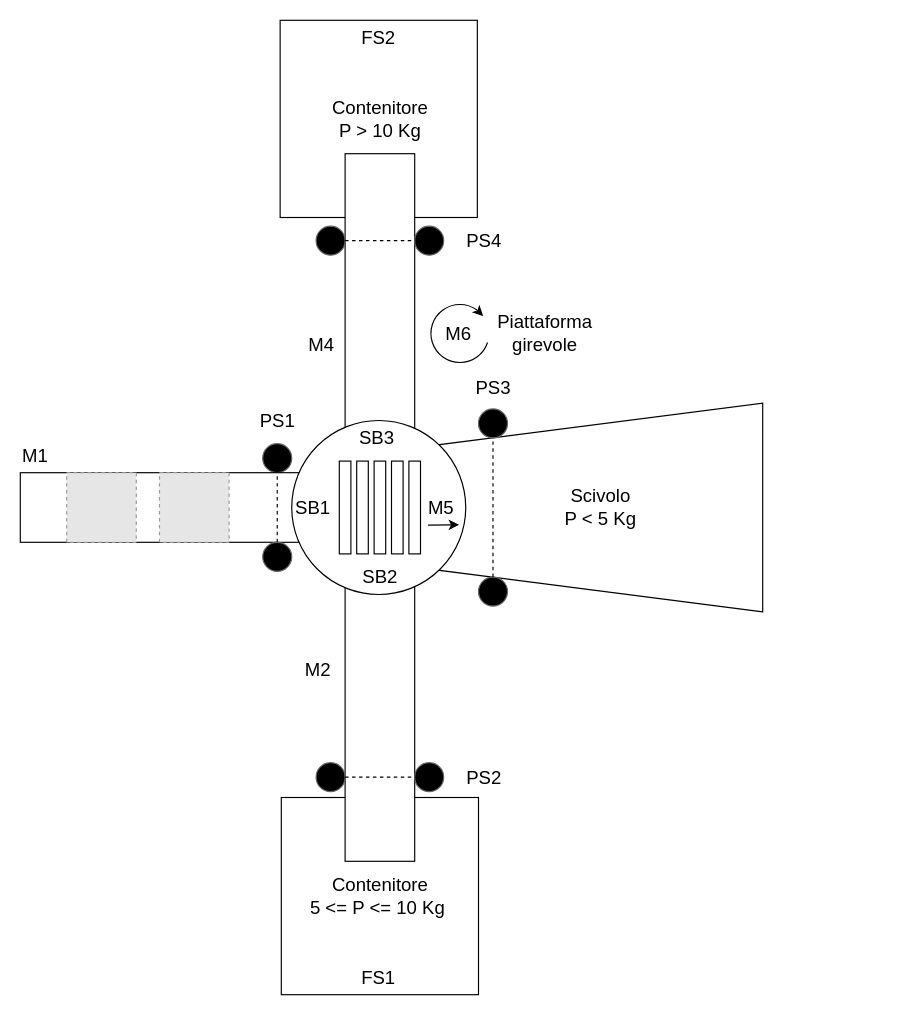
Above: docs/sistemi-5/diagrammi/esame2018_schema.drawio in flavio20002/materiale-didattico (draw.io), before the change. Source tidied: cells renumbered, new cells numbered last; positions are measured from the earlier drawing's top-left corner, leaving out a move shared by most shapes. Both pictures are drawn from the tidied source at 116%, with x=0, y=0 at pixel (20, 20). Pictures stored in the file or linked from it are replaced by grey dashed boxes.
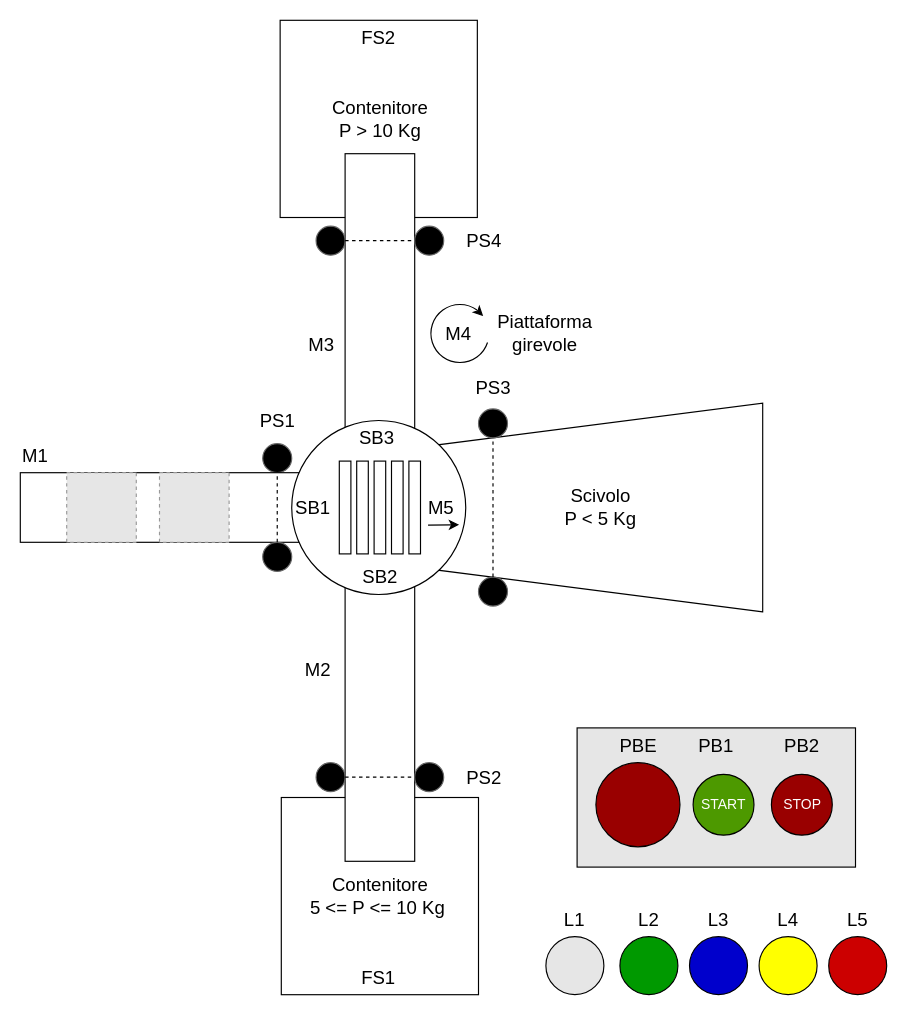
The same diagram, later.

The edit, as a diff of the source:
```diff
@@
-    <mxCell id="40" value="&lt;span style=&quot;font-size: 16px;&quot;&gt;M4&lt;/span&gt;" style="text;html=1;align=right;verticalAlign=middle;whiteSpace=wrap;rounded=0;fontSize=16;" parent="1" vertex="1">
+    <mxCell id="40" value="&lt;span style=&quot;font-size: 16px;&quot;&gt;M3&lt;/span&gt;" style="text;html=1;align=right;verticalAlign=middle;whiteSpace=wrap;rounded=0;fontSize=16;" parent="1" vertex="1">
       <mxGeometry x="212.5" y="265" width="60" height="30" as="geometry" />
     </mxCell>
@@
-    <mxCell id="43" value="&lt;span style=&quot;font-size: 16px;&quot;&gt;M6&lt;/span&gt;" style="text;html=1;align=center;verticalAlign=middle;whiteSpace=wrap;rounded=0;fontSize=16;" parent="1" vertex="1">
+    <mxCell id="43" value="&lt;span style=&quot;font-size: 16px;&quot;&gt;M4&lt;/span&gt;" style="text;html=1;align=center;verticalAlign=middle;whiteSpace=wrap;rounded=0;fontSize=16;" parent="1" vertex="1">
       <mxGeometry x="347.5" y="255" width="60" height="30" as="geometry" />
     </mxCell>
@@
+    <mxCell id="49" style="rounded=0;whiteSpace=wrap;html=1;fillColor=#E6E6E6;" parent="1" vertex="1">
+      <mxGeometry x="480" y="610" width="240" height="120" as="geometry" />
+    </mxCell>
+    <mxCell id="50" style="ellipse;whiteSpace=wrap;html=1;fillColor=#990000;" parent="1" vertex="1">
+      <mxGeometry x="496.2" y="640" width="72.5" height="72.5" as="geometry" />
+    </mxCell>
+    <mxCell id="51" value="&lt;span style=&quot;font-size: 16px;&quot;&gt;PBE&lt;/span&gt;" style="text;html=1;align=center;verticalAlign=middle;whiteSpace=wrap;rounded=0;fontSize=16;" parent="1" vertex="1">
+      <mxGeometry x="502.5" y="610" width="60" height="30" as="geometry" />
+    </mxCell>
+    <mxCell id="52" value="&lt;font color=&quot;#ffffff&quot;&gt;START&lt;/font&gt;" style="ellipse;whiteSpace=wrap;html=1;fillColor=#4D9900;" parent="1" vertex="1">
+      <mxGeometry x="580" y="650" width="52.5" height="52.5" as="geometry" />
+    </mxCell>
+    <mxCell id="53" value="&lt;span style=&quot;font-size: 16px;&quot;&gt;PB1&lt;/span&gt;" style="text;html=1;align=center;verticalAlign=middle;whiteSpace=wrap;rounded=0;fontSize=16;" parent="1" vertex="1">
+      <mxGeometry x="570" y="610" width="60" height="30" as="geometry" />
+    </mxCell>
+    <mxCell id="54" value="&lt;span style=&quot;font-size: 16px;&quot;&gt;PB2&lt;/span&gt;" style="text;html=1;align=center;verticalAlign=middle;whiteSpace=wrap;rounded=0;fontSize=16;" parent="1" vertex="1">
+      <mxGeometry x="643.8" y="610" width="60" height="30" as="geometry" />
+    </mxCell>
+    <mxCell id="55" value="&lt;font color=&quot;#ffffff&quot;&gt;STOP&lt;/font&gt;" style="ellipse;whiteSpace=wrap;html=1;fillColor=#990000;" parent="1" vertex="1">
+      <mxGeometry x="647.5" y="650" width="52.5" height="52.5" as="geometry" />
+    </mxCell>
+    <mxCell id="56" style="ellipse;whiteSpace=wrap;html=1;fillColor=#E6E6E6;" parent="1" vertex="1">
+      <mxGeometry x="453.1" y="790" width="50" height="50" as="geometry" />
+    </mxCell>
+    <mxCell id="57" value="&lt;span style=&quot;font-size: 16px;&quot;&gt;L1&lt;/span&gt;" style="text;html=1;align=center;verticalAlign=middle;whiteSpace=wrap;rounded=0;fontSize=16;" parent="1" vertex="1">
+      <mxGeometry x="448.1" y="760" width="60" height="30" as="geometry" />
+    </mxCell>
+    <mxCell id="58" style="ellipse;whiteSpace=wrap;html=1;fillColor=#009900;" parent="1" vertex="1">
+      <mxGeometry x="516.9" y="790" width="50" height="50" as="geometry" />
+    </mxCell>
+    <mxCell id="59" value="&lt;span style=&quot;font-size: 16px;&quot;&gt;L2&lt;/span&gt;" style="text;html=1;align=center;verticalAlign=middle;whiteSpace=wrap;rounded=0;fontSize=16;" parent="1" vertex="1">
+      <mxGeometry x="511.9" y="760" width="60" height="30" as="geometry" />
+    </mxCell>
+    <mxCell id="60" style="ellipse;whiteSpace=wrap;html=1;fillColor=#0000CC;" parent="1" vertex="1">
+      <mxGeometry x="576.9" y="790" width="50" height="50" as="geometry" />
+    </mxCell>
+    <mxCell id="61" value="&lt;span style=&quot;font-size: 16px;&quot;&gt;L3&lt;/span&gt;" style="text;html=1;align=center;verticalAlign=middle;whiteSpace=wrap;rounded=0;fontSize=16;" parent="1" vertex="1">
+      <mxGeometry x="571.9" y="760" width="60" height="30" as="geometry" />
+    </mxCell>
+    <mxCell id="62" style="ellipse;whiteSpace=wrap;html=1;fillColor=#FFFF00;" parent="1" vertex="1">
+      <mxGeometry x="636.9" y="790" width="50" height="50" as="geometry" />
+    </mxCell>
+    <mxCell id="63" value="&lt;span style=&quot;font-size: 16px;&quot;&gt;L4&lt;/span&gt;" style="text;html=1;align=center;verticalAlign=middle;whiteSpace=wrap;rounded=0;fontSize=16;" parent="1" vertex="1">
+      <mxGeometry x="631.9" y="760" width="60" height="30" as="geometry" />
+    </mxCell>
+    <mxCell id="64" style="ellipse;whiteSpace=wrap;html=1;fillColor=#CC0000;" parent="1" vertex="1">
+      <mxGeometry x="696.9" y="790" width="50" height="50" as="geometry" />
+    </mxCell>
+    <mxCell id="65" value="&lt;span style=&quot;font-size: 16px;&quot;&gt;L5&lt;/span&gt;" style="text;html=1;align=center;verticalAlign=middle;whiteSpace=wrap;rounded=0;fontSize=16;" parent="1" vertex="1">
+      <mxGeometry x="691.9" y="760" width="60" height="30" as="geometry" />
+    </mxCell>
```
